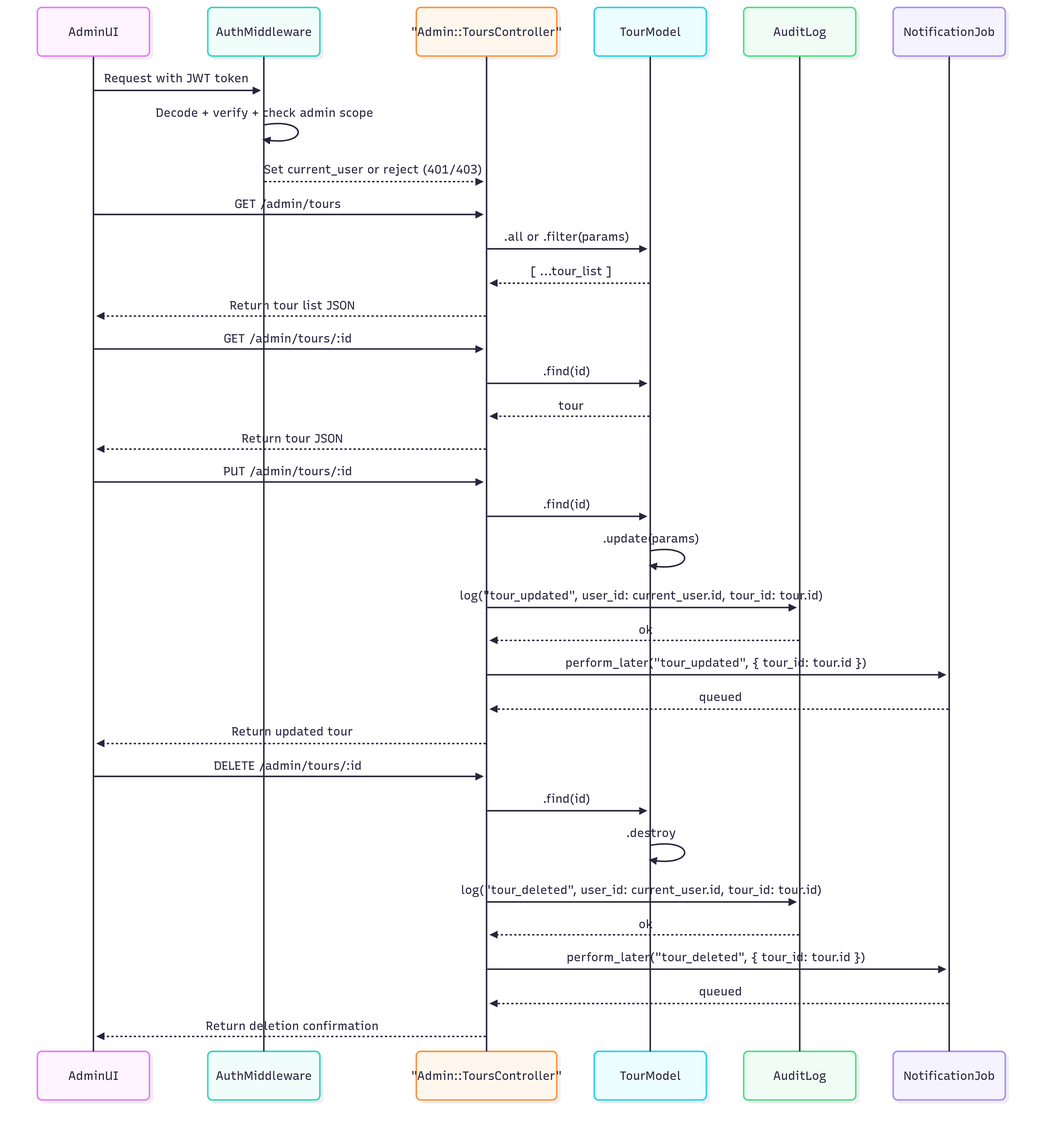
This is diagrams/admins/tour.png from Video-API-architecture/architecture-proposal, a Mermaid export, as it was before one commit. Its source is kept beside it as diagrams/admins/tour.mermaid. The source it was exported from:
```mermaid
sequenceDiagram
    participant AdminUI
    participant Auth as AuthMiddleware
    participant ATC as "Admin::ToursController"
    participant Tour as TourModel
    participant AuditLog
    participant NotificationJob

    AdminUI->>Auth: Request with JWT token
    Auth->>Auth: Decode + verify + check admin scope
    Auth-->>ATC: Set current_user or reject (401/403)

    AdminUI->>ATC: GET /admin/tours
    ATC->>Tour: .all or .filter(params)
    Tour-->>ATC: [ ...tour_list ]
    ATC-->>AdminUI: Return tour list JSON

    AdminUI->>ATC: GET /admin/tours/:id
    ATC->>Tour: .find(id)
    Tour-->>ATC: tour
    ATC-->>AdminUI: Return tour JSON

    AdminUI->>ATC: PUT /admin/tours/:id
    ATC->>Tour: .find(id)
    Tour->>Tour: .update(params)
    ATC->>AuditLog: log("tour_updated", user_id: current_user.id, tour_id: tour.id)
    AuditLog-->>ATC: ok
    ATC->>NotificationJob: perform_later("tour_updated", { tour_id: tour.id })
    NotificationJob-->>ATC: queued
    ATC-->>AdminUI: Return updated tour

    AdminUI->>ATC: DELETE /admin/tours/:id
    ATC->>Tour: .find(id)
    Tour->>Tour: .destroy
    ATC->>AuditLog: log("tour_deleted", user_id: current_user.id, tour_id: tour.id)
    AuditLog-->>ATC: ok
    ATC->>NotificationJob: perform_later("tour_deleted", { tour_id: tour.id })
    NotificationJob-->>ATC: queued
    ATC-->>AdminUI: Return deletion confirmation
```
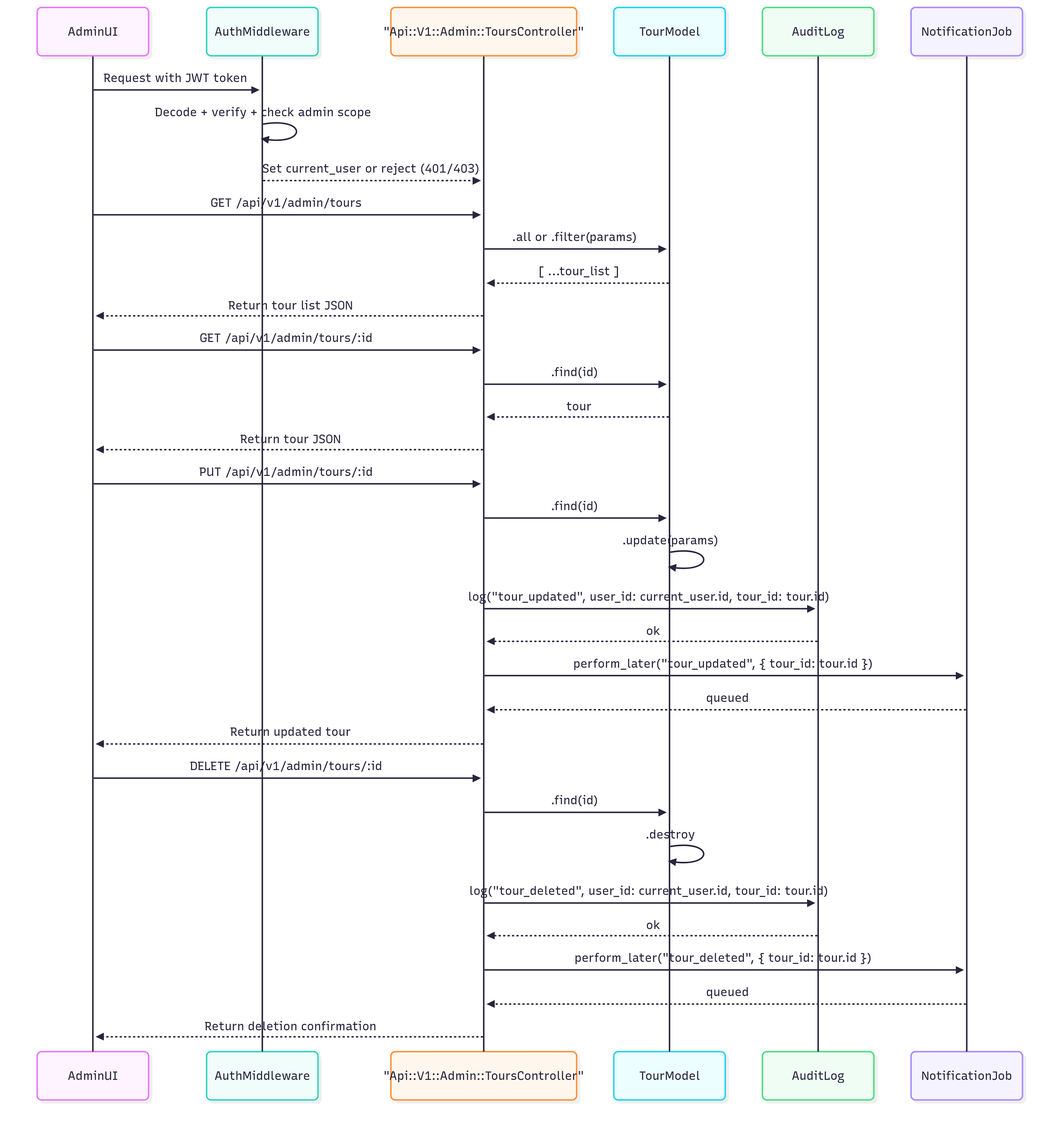
Above is the later version.

The edit, as a diff of the source:
```diff
@@ -1,7 +1,7 @@
 sequenceDiagram
     participant AdminUI
     participant Auth as AuthMiddleware
-    participant ATC as "Admin::ToursController"
+    participant ATC as "Api::V1::Admin::ToursController"
     participant Tour as TourModel
     participant AuditLog
     participant NotificationJob
@@ -10,17 +10,17 @@
     Auth->>Auth: Decode + verify + check admin scope
     Auth-->>ATC: Set current_user or reject (401/403)
 
-    AdminUI->>ATC: GET /admin/tours
+    AdminUI->>ATC: GET /api/v1/admin/tours
     ATC->>Tour: .all or .filter(params)
     Tour-->>ATC: [ ...tour_list ]
     ATC-->>AdminUI: Return tour list JSON
 
-    AdminUI->>ATC: GET /admin/tours/:id
+    AdminUI->>ATC: GET /api/v1/admin/tours/:id
     ATC->>Tour: .find(id)
     Tour-->>ATC: tour
     ATC-->>AdminUI: Return tour JSON
 
-    AdminUI->>ATC: PUT /admin/tours/:id
+    AdminUI->>ATC: PUT /api/v1/admin/tours/:id
     ATC->>Tour: .find(id)
     Tour->>Tour: .update(params)
     ATC->>AuditLog: log("tour_updated", user_id: current_user.id, tour_id: tour.id)
@@ -29,7 +29,7 @@
     NotificationJob-->>ATC: queued
     ATC-->>AdminUI: Return updated tour
 
-    AdminUI->>ATC: DELETE /admin/tours/:id
+    AdminUI->>ATC: DELETE /api/v1/admin/tours/:id
     ATC->>Tour: .find(id)
     Tour->>Tour: .destroy
     ATC->>AuditLog: log("tour_deleted", user_id: current_user.id, tour_id: tour.id)
```
